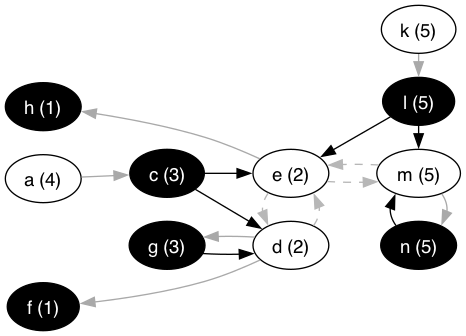
The Graphviz diagram lib/graphs/kernel_pw2_graph_colored.png in idaks/Games-and-Argumentation, before a commit. Its source is kept beside it as lib/graphs/kernel_pw2_graph_colored.dot. The source it was exported from:
```dot
digraph G {
  rankdir="LR"
  node [shape=oval style=filled fontname=Helvetica fontsize=14]
  node [fillcolor="#ffffff" fontcolor="#000000"]
       a[label="a (4)"]
       k[label="k (5)"]
       d[label="d (2)"]
       e[label="e (2)"]
       m[label="m (5)"];
  node [fillcolor="#000000" fontcolor="#ffffff"]
       c[label="c (3)"]
       l[label="l (5)"]
       f[label="f (1)"]
       g[label="g (3)"]
       h[label="h (1)"]
       n[label="n (5)"];
  edge [dir=forward, color="#A9A9A9", style="solid"]
        "a" -> "c";
        "k" -> "l";
        "d" -> "f";
        "d" -> "g";
        "e" -> "h";
        "m" -> "n";
  edge [dir=forward, color="#000000", style="solid"]
        "c" -> "d";
        "c" -> "e";
        "l" -> "e";
        "l" -> "m";
        "g" -> "d";
        "n" -> "m";
  edge [dir=forward, color="#b7b7b7", style="dashed"]
        "d" -> "e";
        "e" -> "d";
        "e" -> "m";
        "m" -> "e";

  {rank = min; f; h}
  {rank = same; d; e}
  {rank = same; c; g}
  {rank = max; k; l; m; n}
}
```
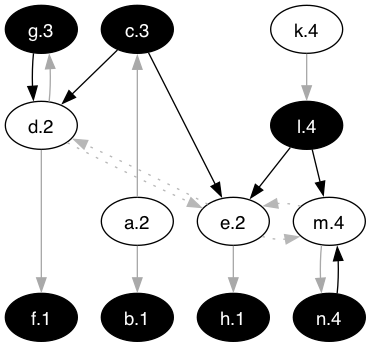
After the change.

What changed in the source:
```diff
@@ -1,41 +1,41 @@
 digraph G {
-  rankdir="LR"
+  rankdir="TB"
   node [shape=oval style=filled fontname=Helvetica fontsize=14]
   node [fillcolor="#ffffff" fontcolor="#000000"]
-       a[label="a (4)"]
-       k[label="k (5)"]
-       d[label="d (2)"]
-       e[label="e (2)"]
-       m[label="m (5)"];
+       a[label="a.2"]
+       k[label="k.4"]
+       d[label="d.2"]
+       e[label="e.2"]
+       m[label="m.4"]
   node [fillcolor="#000000" fontcolor="#ffffff"]
-       c[label="c (3)"]
-       l[label="l (5)"]
-       f[label="f (1)"]
-       g[label="g (3)"]
-       h[label="h (1)"]
-       n[label="n (5)"];
-  edge [dir=forward, color="#A9A9A9", style="solid"]
-        "a" -> "c";
-        "k" -> "l";
-        "d" -> "f";
-        "d" -> "g";
-        "e" -> "h";
-        "m" -> "n";
-  edge [dir=forward, color="#000000", style="solid"]
-        "c" -> "d";
-        "c" -> "e";
-        "l" -> "e";
-        "l" -> "m";
-        "g" -> "d";
-        "n" -> "m";
-  edge [dir=forward, color="#b7b7b7", style="dashed"]
-        "d" -> "e";
-        "e" -> "d";
-        "e" -> "m";
-        "m" -> "e";
+       c[label="c.3"]
+       b[label="b.1"]
+       l[label="l.4"]
+       f[label="f.1"]
+       g[label="g.3"]
+       h[label="h.1"]
+       n[label="n.4"]
+  edge [dir=forward color="#A9A9A9" style="solid"]
+        "a" -> "c"
+        "a" -> "b"
+        "k" -> "l"
+        "d" -> "f"
+        "d" -> "g"
+        "e" -> "h"
+        "m" -> "n"
+  edge [dir=forward color="#000000" style="solid"]
+        "c" -> "d"
+        "c" -> "e"
+        "l" -> "e"
+        "l" -> "m"
+        "g" -> "d"
+        "n" -> "m"
+  edge [dir=forward color="#b7b7b7" style="dotted" constraint=false]
+        "d" -> "e"
+        "e" -> "d"
+        "e" -> "m"
+        "m" -> "e"
 
-  {rank = min; f; h}
-  {rank = same; d; e}
-  {rank = same; c; g}
-  {rank = max; k; l; m; n}
+  {rank = max; b; f; h}
+  {rank = min; c; g}
 }
```
